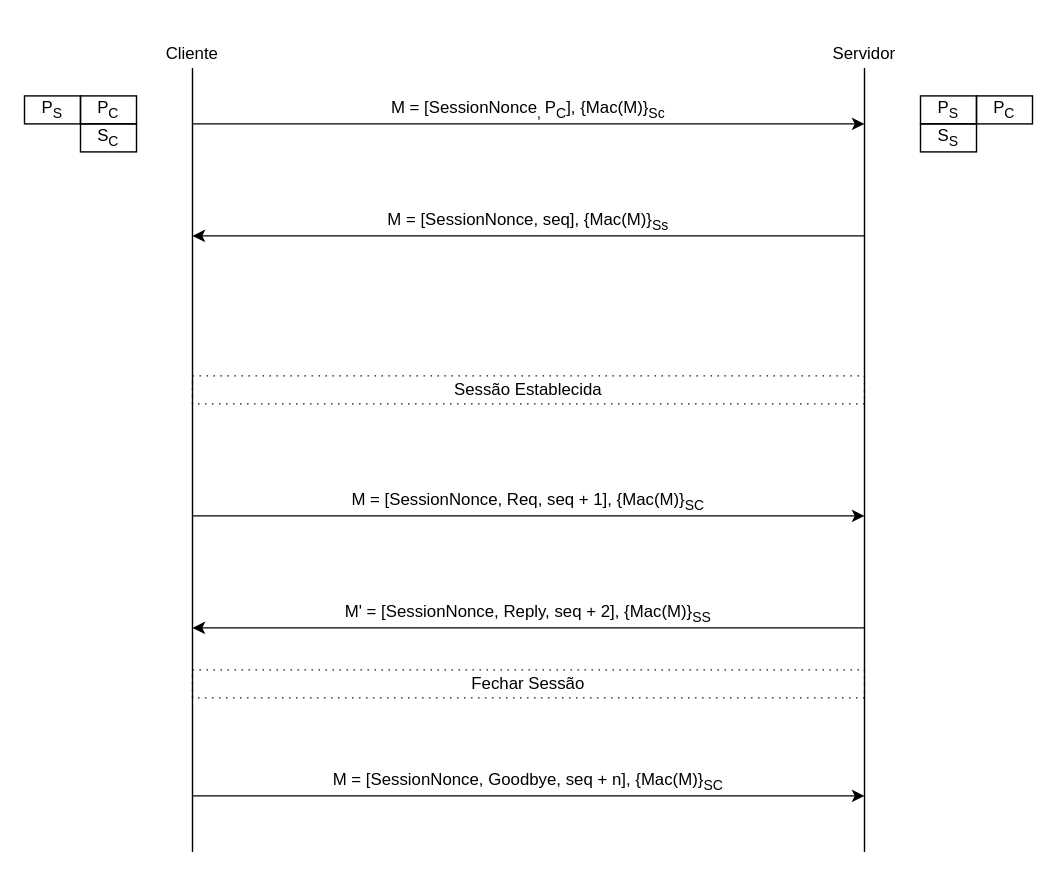
CarolinaCC/Dependable-Public-Announcement-Server keeps this draw.io diagram as docs/Key-Exchange.drawio. Above is the earlier version. Source tidied: cells renumbered, new cells numbered last; positions are measured from the earlier drawing's top-left corner, leaving out a move shared by most shapes. Both pictures are drawn from the tidied source at 140%, with x=0, y=0 at pixel (24, 39).
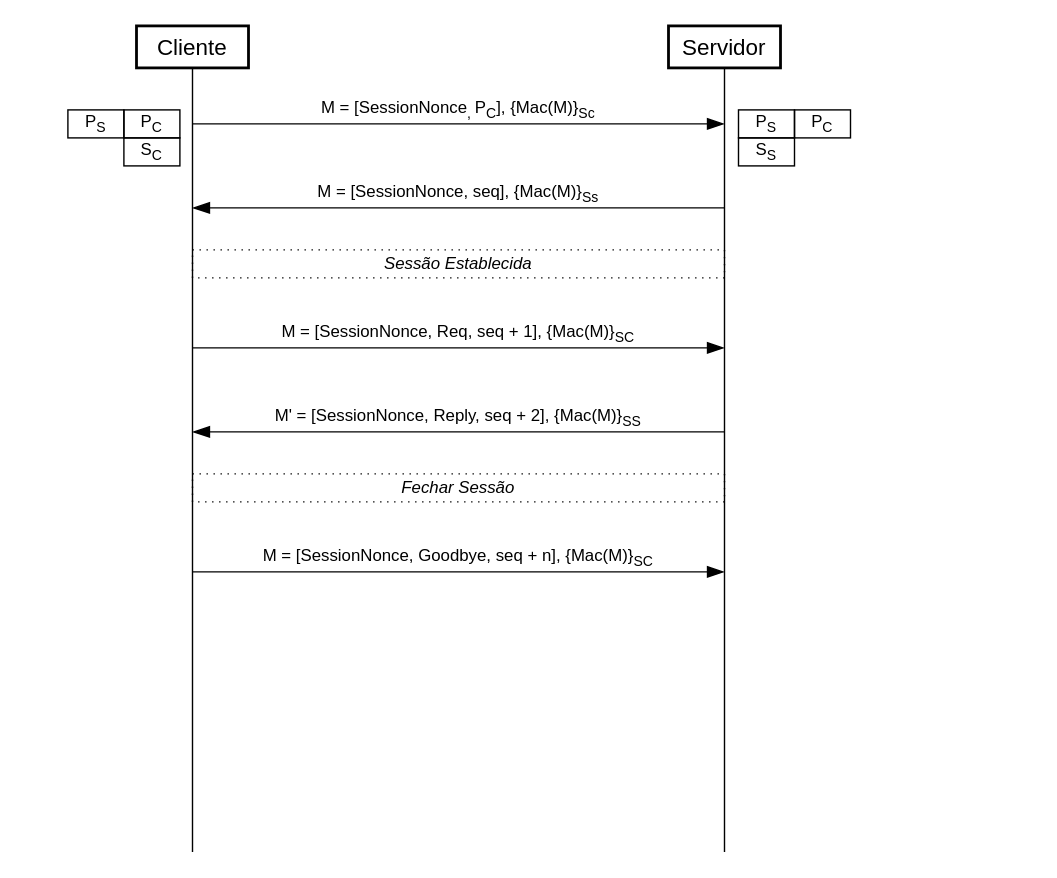
The same page after the edit.

Change to the diagram source:
```diff
@@
-    <mxCell id="2" value="Cliente" style="text;html=1;strokeColor=none;fillColor=none;align=center;verticalAlign=middle;whiteSpace=wrap;rounded=0;" parent="1" vertex="1">
-      <mxGeometry x="100" width="40" height="20" as="geometry" />
-    </mxCell>
-    <mxCell id="3" value="Servidor" style="text;html=1;strokeColor=none;fillColor=none;align=center;verticalAlign=middle;whiteSpace=wrap;rounded=0;" parent="1" vertex="1">
-      <mxGeometry x="580" width="40" height="20" as="geometry" />
-    </mxCell>
-    <mxCell id="4" style="endArrow=none;html=1;entryX=0.5;entryY=1;entryDx=0;entryDy=0;" parent="1" edge="1" target="2">
+    <mxCell id="4" style="endArrow=none;html=1;entryX=0.5;entryY=1;entryDx=0;entryDy=0;endFill=0;strokeWidth=1;targetPerimeterSpacing=0;endSize=10;" parent="1" edge="1">
       <mxGeometry relative="1" as="geometry">
         <mxPoint x="120" y="580" as="sourcePoint" />
+        <mxPoint x="120" y="20" as="targetPoint" />
       </mxGeometry>
     </mxCell>
-    <mxCell id="5" style="endArrow=none;html=1;entryX=0.5;entryY=1;entryDx=0;entryDy=0;" parent="1" edge="1" target="3">
+    <mxCell id="5" style="endArrow=none;html=1;entryX=0.5;entryY=1;entryDx=0;entryDy=0;endFill=0;strokeWidth=1;targetPerimeterSpacing=0;endSize=10;" parent="1" edge="1">
       <mxGeometry relative="1" as="geometry">
-        <mxPoint x="600" y="580" as="sourcePoint" />
+        <mxPoint x="500" y="580" as="sourcePoint" />
+        <mxPoint x="500" y="20" as="targetPoint" />
       </mxGeometry>
     </mxCell>
     <mxCell id="6" value="P&lt;sub&gt;S&lt;/sub&gt;" style="text;html=1;strokeColor=#000000;fillColor=none;align=center;verticalAlign=middle;whiteSpace=wrap;rounded=0;" parent="1" vertex="1">
-      <mxGeometry x="640" y="40" width="40" height="20" as="geometry" />
+      <mxGeometry x="510" y="50" width="40" height="20" as="geometry" />
     </mxCell>
     <mxCell id="7" value="P&lt;sub&gt;C&lt;/sub&gt;" style="text;html=1;strokeColor=#000000;fillColor=none;align=center;verticalAlign=middle;whiteSpace=wrap;rounded=0;" parent="1" vertex="1">
-      <mxGeometry x="680" y="40" width="40" height="20" as="geometry" />
+      <mxGeometry x="550" y="50" width="40" height="20" as="geometry" />
     </mxCell>
     <mxCell id="8" value="P&lt;sub&gt;S&lt;/sub&gt;" style="text;html=1;strokeColor=#000000;fillColor=none;align=center;verticalAlign=middle;whiteSpace=wrap;rounded=0;" parent="1" vertex="1">
-      <mxGeometry y="40" width="40" height="20" as="geometry" />
+      <mxGeometry x="31" y="50" width="40" height="20" as="geometry" />
     </mxCell>
     <mxCell id="9" value="P&lt;sub&gt;C&lt;/sub&gt;" style="text;html=1;strokeColor=#000000;fillColor=none;align=center;verticalAlign=middle;whiteSpace=wrap;rounded=0;" parent="1" vertex="1">
-      <mxGeometry x="40" y="40" width="40" height="20" as="geometry" />
+      <mxGeometry x="71" y="50" width="40" height="20" as="geometry" />
     </mxCell>
     <mxCell id="10" value="S&lt;sub&gt;C&lt;/sub&gt;" style="text;html=1;strokeColor=#000000;fillColor=none;align=center;verticalAlign=middle;whiteSpace=wrap;rounded=0;" parent="1" vertex="1">
-      <mxGeometry x="40" y="60" width="40" height="20" as="geometry" />
+      <mxGeometry x="71" y="70" width="40" height="20" as="geometry" />
     </mxCell>
     <mxCell id="11" value="S&lt;sub&gt;S&lt;/sub&gt;" style="text;html=1;strokeColor=#000000;fillColor=none;align=center;verticalAlign=middle;whiteSpace=wrap;rounded=0;" parent="1" vertex="1">
-      <mxGeometry x="640" y="60" width="40" height="20" as="geometry" />
+      <mxGeometry x="510" y="70" width="40" height="20" as="geometry" />
     </mxCell>
-    <mxCell id="12" style="endArrow=classic;html=1;" parent="1" edge="1">
+    <mxCell id="12" style="endArrow=blockThin;html=1;entryX=1;entryY=1;entryDx=0;entryDy=0;endFill=1;strokeWidth=1;targetPerimeterSpacing=0;endSize=10;" parent="1" edge="1" target="16">
       <mxGeometry relative="1" as="geometry">
         <mxPoint x="120" y="60" as="sourcePoint" />
-        <mxPoint x="600" y="60" as="targetPoint" />
       </mxGeometry>
     </mxCell>
-    <mxCell id="13" style="endArrow=classic;html=1;" parent="1" edge="1">
+    <mxCell id="13" style="endArrow=blockThin;html=1;endFill=1;strokeWidth=1;targetPerimeterSpacing=0;endSize=10;" parent="1" edge="1">
       <mxGeometry relative="1" as="geometry">
-        <mxPoint x="600" y="140" as="sourcePoint" />
-        <mxPoint x="120" y="140" as="targetPoint" />
+        <mxPoint x="500" y="120" as="sourcePoint" />
+        <mxPoint x="120" y="120" as="targetPoint" />
       </mxGeometry>
     </mxCell>
-    <mxCell id="14" style="endArrow=classic;html=1;" parent="1" edge="1">
+    <mxCell id="14" style="endArrow=blockThin;html=1;entryX=1;entryY=1;entryDx=0;entryDy=0;endFill=1;strokeWidth=1;targetPerimeterSpacing=0;endSize=10;" parent="1" edge="1" target="18">
       <mxGeometry relative="1" as="geometry">
-        <mxPoint x="120" y="340" as="sourcePoint" />
-        <mxPoint x="600" y="340" as="targetPoint" />
+        <mxPoint x="120" y="220" as="sourcePoint" />
       </mxGeometry>
     </mxCell>
-    <mxCell id="15" style="endArrow=classic;html=1;" parent="1" edge="1">
+    <mxCell id="15" style="endArrow=blockThin;html=1;exitX=1;exitY=1;exitDx=0;exitDy=0;endFill=1;strokeWidth=1;targetPerimeterSpacing=0;endSize=10;" parent="1" edge="1" source="19">
       <mxGeometry relative="1" as="geometry">
-        <mxPoint x="600" y="420" as="sourcePoint" />
-        <mxPoint x="120" y="420" as="targetPoint" />
+        <mxPoint x="120" y="280" as="targetPoint" />
       </mxGeometry>
     </mxCell>
     <mxCell id="16" value="M = [SessionNonce&lt;sub&gt;, &lt;/sub&gt;P&lt;sub&gt;C&lt;/sub&gt;], {Mac(M)}&lt;sub&gt;Sc &lt;/sub&gt;&lt;br&gt;&lt;sup&gt;&lt;/sup&gt;" style="text;html=1;strokeColor=none;fillColor=none;align=center;verticalAlign=middle;whiteSpace=wrap;rounded=0;rotation=0;" parent="1" vertex="1">
-      <mxGeometry x="120" y="40" width="480" height="20" as="geometry" />
+      <mxGeometry x="120" y="40" width="380" height="20" as="geometry" />
     </mxCell>
     <mxCell id="17" value="M = [SessionNonce, seq], {Mac(M)}&lt;sub&gt;Ss&lt;/sub&gt;&lt;br&gt;&lt;sub&gt;&lt;/sub&gt;" style="text;html=1;strokeColor=none;fillColor=none;align=center;verticalAlign=middle;whiteSpace=wrap;rounded=0;rotation=0;" parent="1" vertex="1">
-      <mxGeometry x="120" y="120" width="480" height="20" as="geometry" />
+      <mxGeometry x="120" y="100" width="380" height="20" as="geometry" />
     </mxCell>
     <mxCell id="18" value="M = [SessionNonce, Req, seq + 1], {Mac(M)}&lt;sub&gt;SC&lt;/sub&gt;" style="text;html=1;strokeColor=none;fillColor=none;align=center;verticalAlign=middle;whiteSpace=wrap;rounded=0;rotation=0;" parent="1" vertex="1">
-      <mxGeometry x="120" y="320" width="480" height="20" as="geometry" />
+      <mxGeometry x="120" y="200" width="380" height="20" as="geometry" />
     </mxCell>
     <mxCell id="19" value="M' = [SessionNonce, Reply, seq + 2], {Mac(M)}&lt;sub&gt;SS&lt;/sub&gt;" style="text;html=1;strokeColor=none;fillColor=none;align=center;verticalAlign=middle;whiteSpace=wrap;rounded=0;rotation=0;" parent="1" vertex="1">
-      <mxGeometry x="120" y="400" width="480" height="20" as="geometry" />
+      <mxGeometry x="120" y="260" width="380" height="20" as="geometry" />
     </mxCell>
-    <mxCell id="20" style="endArrow=classic;html=1;entryX=1;entryY=1;entryDx=0;entryDy=0;" parent="1" edge="1" target="21">
+    <mxCell id="20" style="endArrow=blockThin;html=1;entryX=1;entryY=1;entryDx=0;entryDy=0;endFill=1;strokeWidth=1;targetPerimeterSpacing=0;endSize=10;" parent="1" edge="1" target="21">
       <mxGeometry relative="1" as="geometry">
-        <mxPoint x="120" y="540" as="sourcePoint" />
+        <mxPoint x="120" y="380" as="sourcePoint" />
       </mxGeometry>
     </mxCell>
     <mxCell id="21" value="M = [SessionNonce, Goodbye, seq + n], {Mac(M)}&lt;sub&gt;SC&lt;/sub&gt;" style="text;html=1;strokeColor=none;fillColor=none;align=center;verticalAlign=middle;whiteSpace=wrap;rounded=0;rotation=0;" parent="1" vertex="1">
-      <mxGeometry x="120" y="520" width="480" height="20" as="geometry" />
+      <mxGeometry x="120" y="360" width="380" height="20" as="geometry" />
     </mxCell>
-    <mxCell id="22" value="Sessão Establecida" style="text;html=1;strokeColor=#000000;fillColor=none;align=center;verticalAlign=middle;whiteSpace=wrap;rounded=0;dashed=1;dashPattern=1 4;" parent="1" vertex="1">
-      <mxGeometry x="120" y="240" width="480" height="20" as="geometry" />
+    <mxCell id="22" value="&lt;i&gt;Sessão Establecida&lt;/i&gt;" style="text;html=1;strokeColor=#000000;fillColor=none;align=center;verticalAlign=middle;whiteSpace=wrap;rounded=0;dashed=1;dashPattern=1 4;" parent="1" vertex="1">
+      <mxGeometry x="120" y="150" width="380" height="20" as="geometry" />
     </mxCell>
-    <mxCell id="23" value="&lt;div&gt;Fechar Sessão&lt;/div&gt;" style="text;html=1;strokeColor=#000000;fillColor=none;align=center;verticalAlign=middle;whiteSpace=wrap;rounded=0;dashed=1;dashPattern=1 4;" parent="1" vertex="1">
-      <mxGeometry x="120" y="450" width="480" height="20" as="geometry" />
+    <mxCell id="23" value="&lt;div&gt;&lt;i&gt;Fechar Sessão&lt;/i&gt;&lt;/div&gt;" style="text;html=1;strokeColor=#000000;fillColor=none;align=center;verticalAlign=middle;whiteSpace=wrap;rounded=0;dashed=1;dashPattern=1 4;" parent="1" vertex="1">
+      <mxGeometry x="120" y="310" width="380" height="20" as="geometry" />
     </mxCell>
+    <mxCell id="3" value="&lt;font style=&quot;font-size: 16px&quot;&gt;Servidor&lt;/font&gt;" style="rounded=0;whiteSpace=wrap;html=1;strokeColor=#000000;strokeWidth=2;" parent="1" vertex="1">
+      <mxGeometry x="460" y="-10" width="80" height="30" as="geometry" />
+    </mxCell>
+    <mxCell id="2" value="&lt;font style=&quot;font-size: 16px&quot;&gt;Cliente&lt;/font&gt;" style="rounded=0;whiteSpace=wrap;html=1;strokeColor=#000000;strokeWidth=2;" parent="1" vertex="1">
+      <mxGeometry x="80" y="-10" width="80" height="30" as="geometry" />
+    </mxCell>
```
